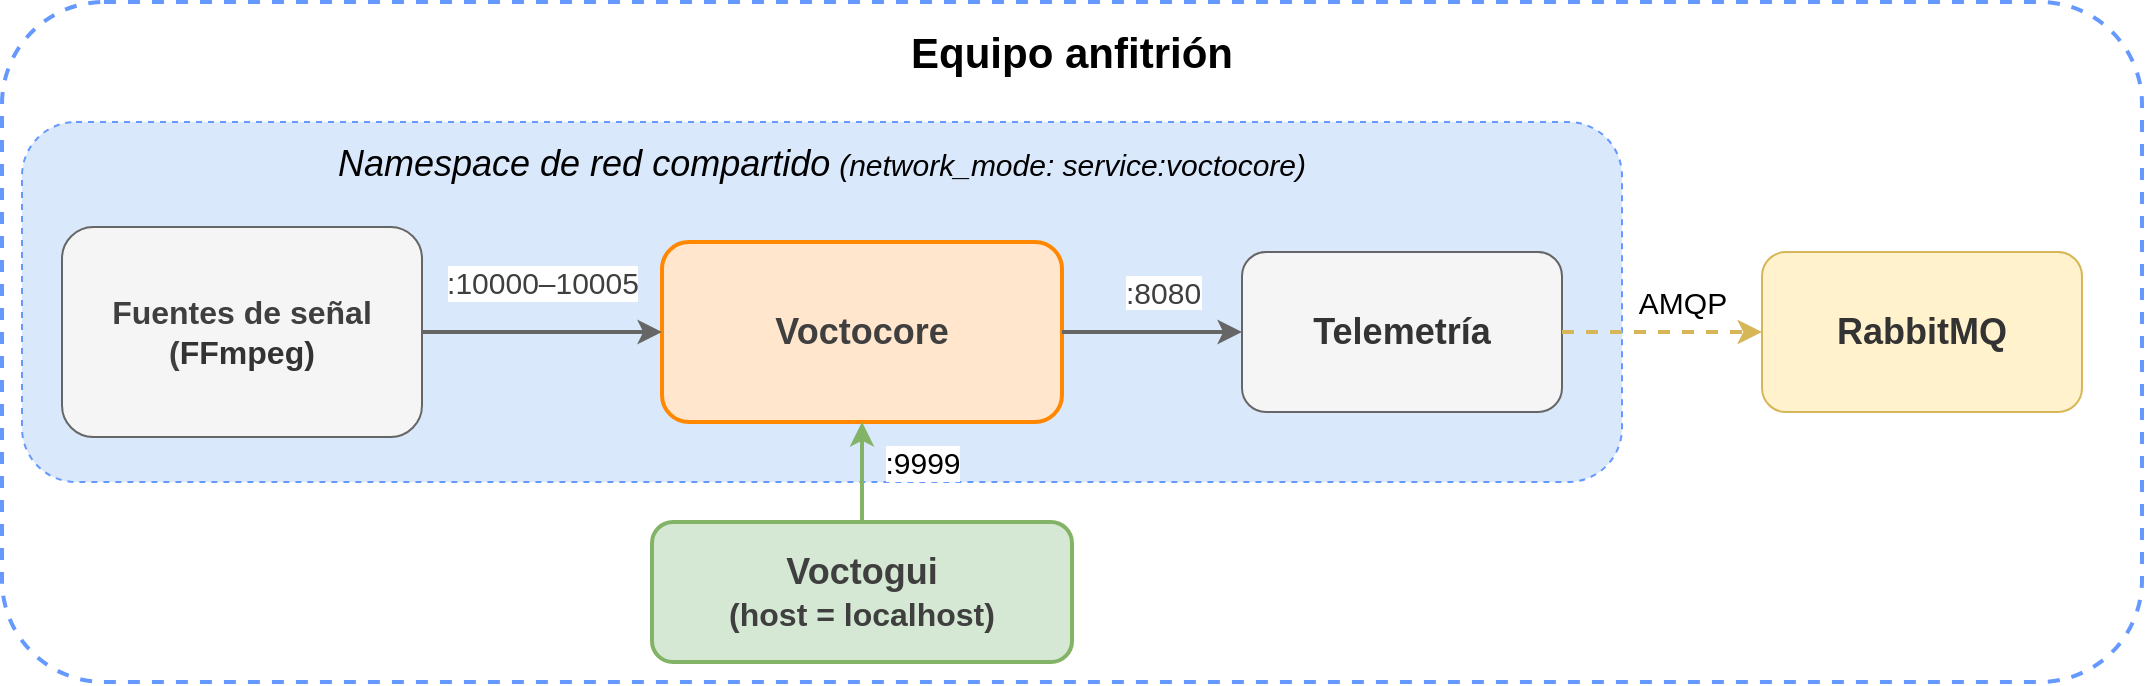
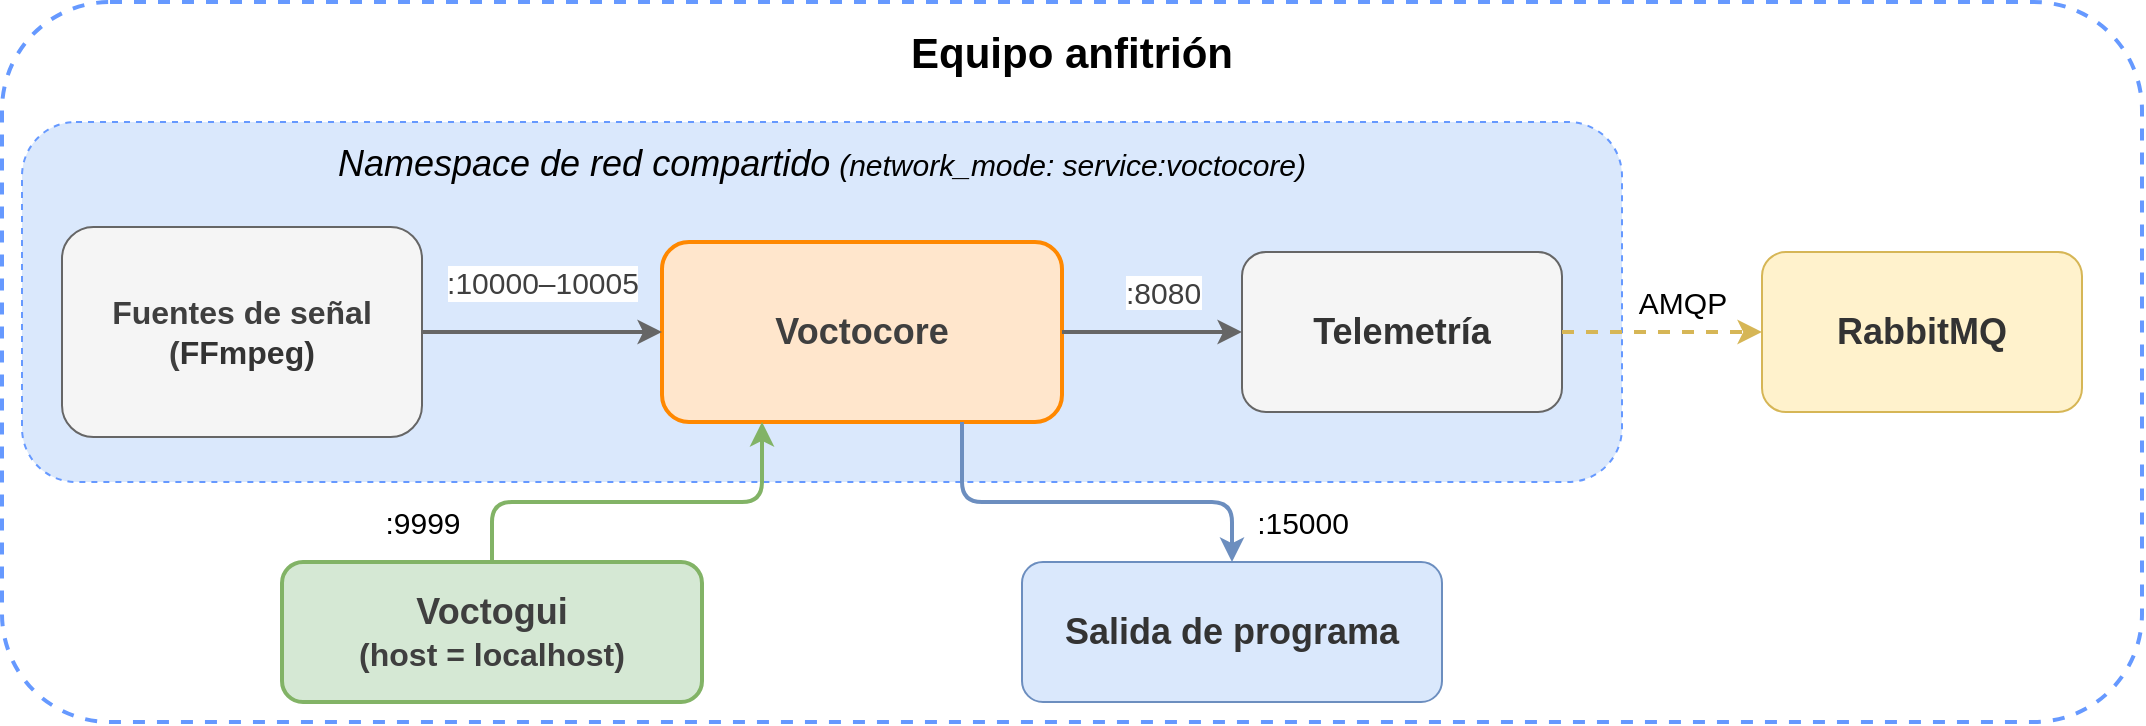
<mxfile host="65bd71144e">
    <diagram id="escenario_docker" name="Escenario Docker">
-         <mxGraphModel dx="766" dy="410" grid="1" gridSize="10" guides="1" tooltips="1" connect="1" arrows="1" fold="1" page="1" pageScale="1" pageWidth="1200" pageHeight="380" math="0" shadow="0">
+         <mxGraphModel dx="372" dy="199" grid="1" gridSize="10" guides="1" tooltips="1" connect="1" arrows="1" fold="1" page="1" pageScale="1" pageWidth="1200" pageHeight="380" math="0" shadow="0">
            <root>
                <mxCell id="0"/>
                <mxCell id="1" parent="0"/>
                <mxCell id="host" value="&lt;font style=&quot;font-size: 21px;&quot;&gt;Equipo anfitrión&lt;/font&gt;" style="rounded=1;whiteSpace=wrap;html=1;fillColor=none;strokeColor=#6699FF;strokeWidth=2;dashed=1;fontSize=13;fontStyle=1;verticalAlign=top;spacingTop=6;align=center;" parent="1" vertex="1">
-                     <mxGeometry x="20" y="20" width="1070" height="340" as="geometry"/>
+                     <mxGeometry x="20" y="20" width="1070" height="360" as="geometry"/>
                </mxCell>
                <mxCell id="ns" value="&lt;font style=&quot;font-size: 18px;&quot;&gt;Namespace de red compartido&lt;/font&gt;&lt;font style=&quot;font-size: 16px;&quot;&gt; &lt;/font&gt;&lt;font style=&quot;font-size: 15px;&quot;&gt;(network_mode: service:voctocore)&lt;/font&gt;" style="rounded=1;whiteSpace=wrap;html=1;fillColor=#dae8fc;strokeColor=#6699FF;strokeWidth=1;dashed=1;fontSize=11;fontStyle=2;verticalAlign=top;spacingTop=4;align=center;" parent="1" vertex="1">
                    <mxGeometry x="30" y="80" width="800" height="180" as="geometry"/>
                </mxCell>
                <mxCell id="voctocore" value="&lt;div style=&quot;color: rgb(63, 63, 63); scrollbar-color: rgb(226, 226, 226) rgb(251, 251, 251);&quot;&gt;&lt;font style=&quot;color: rgb(63, 63, 63); scrollbar-color: rgb(226, 226, 226) rgb(251, 251, 251); font-size: 18px;&quot;&gt;Voctocore&lt;/font&gt;&lt;/div&gt;" style="rounded=1;whiteSpace=wrap;html=1;fillColor=#FFE6CC;strokeColor=#FF8800;fontColor=#333333;fontSize=12;fontStyle=1;strokeWidth=2;" parent="1" vertex="1">
                    <mxGeometry x="350" y="140" width="200" height="90" as="geometry"/>
                </mxCell>
                <mxCell id="sources" value="&lt;font style=&quot;color: rgb(63, 63, 63); scrollbar-color: rgb(226, 226, 226) rgb(251, 251, 251); font-size: 16px;&quot;&gt;Fuentes de señal&lt;/font&gt;&lt;div style=&quot;color: rgb(63, 63, 63); scrollbar-color: rgb(226, 226, 226) rgb(251, 251, 251);&quot;&gt;&lt;font style=&quot;color: rgb(63, 63, 63); scrollbar-color: rgb(226, 226, 226) rgb(251, 251, 251); font-size: 16px;&quot;&gt;(&lt;span style=&quot;scrollbar-color: rgb(226, 226, 226) rgb(251, 251, 251); background-color: transparent; color: rgb(51, 51, 51);&quot;&gt;FFmpeg)&lt;/span&gt;&lt;/font&gt;&lt;/div&gt;" style="rounded=1;whiteSpace=wrap;html=1;fillColor=#f5f5f5;strokeColor=#666666;fontColor=#333333;fontSize=12;fontStyle=1;" parent="1" vertex="1">
                    <mxGeometry x="50" y="132.5" width="180" height="105" as="geometry"/>
                </mxCell>
                <mxCell id="telemetry" value="&lt;font style=&quot;font-size: 18px;&quot;&gt;Telemetría&lt;/font&gt;" style="rounded=1;whiteSpace=wrap;html=1;fillColor=#f5f5f5;strokeColor=#666666;fontColor=#333333;fontSize=12;fontStyle=1;" parent="1" vertex="1">
                    <mxGeometry x="640" y="145" width="160" height="80" as="geometry"/>
                </mxCell>
                <mxCell id="rabbitmq" value="&lt;font style=&quot;font-size: 18px;&quot;&gt;RabbitMQ&lt;/font&gt;" style="rounded=1;whiteSpace=wrap;html=1;fillColor=#fff2cc;strokeColor=#d6b656;fontColor=#333333;fontSize=12;fontStyle=1;" parent="1" vertex="1">
                    <mxGeometry x="900" y="145" width="160" height="80" as="geometry"/>
                </mxCell>
                <mxCell id="voctogui" value="&lt;div style=&quot;color: rgb(63, 63, 63); scrollbar-color: rgb(226, 226, 226) rgb(251, 251, 251);&quot;&gt;&lt;font style=&quot;color: rgb(63, 63, 63); scrollbar-color: rgb(226, 226, 226) rgb(251, 251, 251); font-size: 18px;&quot;&gt;Voctogui&lt;/font&gt;&lt;/div&gt;&lt;font style=&quot;color: rgb(63, 63, 63); scrollbar-color: rgb(226, 226, 226) rgb(251, 251, 251);&quot;&gt;&lt;font style=&quot;color: rgb(63, 63, 63); scrollbar-color: rgb(226, 226, 226) rgb(251, 251, 251); font-size: 16px;&quot;&gt;(host = localhost)&lt;/font&gt;&lt;/font&gt;" style="rounded=1;whiteSpace=wrap;html=1;fillColor=#d5e8d4;strokeColor=#82b366;fontColor=#333333;fontSize=12;fontStyle=1;strokeWidth=2;" parent="1" vertex="1">
-                     <mxGeometry x="345" y="280" width="210" height="70" as="geometry"/>
+                     <mxGeometry x="160" y="300" width="210" height="70" as="geometry"/>
                </mxCell>
                <mxCell id="a1" value="&lt;span style=&quot;color: rgb(63, 63, 63); font-size: 15px;&quot;&gt;:10000–10005&lt;/span&gt;" style="edgeStyle=orthogonalEdgeStyle;html=1;fontSize=10;strokeWidth=2;strokeColor=#666666;exitX=1;exitY=0.5;exitDx=0;exitDy=0;entryX=0;entryY=0.5;entryDx=0;entryDy=0;" parent="1" source="sources" target="voctocore" edge="1">
                    <mxGeometry y="25" relative="1" as="geometry">
                        <mxPoint as="offset"/>
                    </mxGeometry>
                </mxCell>
                <mxCell id="a2" value="" style="edgeStyle=orthogonalEdgeStyle;html=1;fontSize=10;strokeWidth=2;strokeColor=#666666;exitX=1;exitY=0.5;exitDx=0;exitDy=0;entryX=0;entryY=0.5;entryDx=0;entryDy=0;" parent="1" source="voctocore" target="telemetry" edge="1">
                    <mxGeometry relative="1" as="geometry"/>
                </mxCell>
                <mxCell id="a3" value="&lt;font style=&quot;font-size: 15px;&quot;&gt;AMQP&lt;/font&gt;" style="edgeStyle=orthogonalEdgeStyle;html=1;fontSize=10;strokeWidth=2;strokeColor=#d6b656;dashed=1;exitX=1;exitY=0.5;exitDx=0;exitDy=0;entryX=0;entryY=0.5;entryDx=0;entryDy=0;" parent="1" source="telemetry" target="rabbitmq" edge="1">
                    <mxGeometry x="0.2" y="15" relative="1" as="geometry">
                        <mxPoint as="offset"/>
                    </mxGeometry>
                </mxCell>
-                 <mxCell id="a4" value="&lt;font style=&quot;font-size: 15px;&quot;&gt;:9999&lt;/font&gt;" style="edgeStyle=orthogonalEdgeStyle;html=1;fontSize=10;strokeWidth=2;strokeColor=#82b366;exitX=0.5;exitY=0;exitDx=0;exitDy=0;entryX=0.5;entryY=1;entryDx=0;entryDy=0;" parent="1" source="voctogui" target="voctocore" edge="1">
-                     <mxGeometry x="0.2" y="-30" relative="1" as="geometry">
+                 <mxCell id="a4" value="&lt;font style=&quot;font-size: 15px;&quot;&gt;:9999&lt;/font&gt;" style="edgeStyle=orthogonalEdgeStyle;html=1;fontSize=10;strokeWidth=2;strokeColor=#82b366;exitX=0.5;exitY=0;exitDx=0;exitDy=0;entryX=0.25;entryY=1;entryDx=0;entryDy=0;startArrow=none;startFill=0;" parent="1" source="voctogui" target="voctocore" edge="1">
+                     <mxGeometry x="-0.8049" y="35" relative="1" as="geometry">
+                         <Array as="points">
+                             <mxPoint x="265" y="270"/>
+                             <mxPoint x="400" y="270"/>
+                         </Array>
                        <mxPoint as="offset"/>
                    </mxGeometry>
                </mxCell>
                <mxCell id="3" value="&lt;span style=&quot;color: rgb(63, 63, 63); font-family: Helvetica; font-size: 15px; font-style: normal; font-variant-ligatures: normal; font-variant-caps: normal; font-weight: 400; letter-spacing: normal; orphans: 2; text-align: center; text-indent: 0px; text-transform: none; widows: 2; word-spacing: 0px; -webkit-text-stroke-width: 0px; white-space: nowrap; background-color: rgb(255, 255, 255); text-decoration-thickness: initial; text-decoration-style: initial; text-decoration-color: initial; float: none; display: inline !important;&quot;&gt;:8080&lt;/span&gt;" style="text;whiteSpace=wrap;html=1;" vertex="1" parent="1">
                    <mxGeometry x="580" y="150" width="130" height="40" as="geometry"/>
                </mxCell>
+                 <mxCell id="4" value="&lt;font style=&quot;font-size: 18px;&quot;&gt;Salida de programa&lt;/font&gt;" style="rounded=1;whiteSpace=wrap;html=1;fillColor=#dae8fc;strokeColor=#6c8ebf;fontColor=#333333;fontSize=11;fontStyle=1;" vertex="1" parent="1">
+                     <mxGeometry x="530" y="300" width="210" height="70" as="geometry"/>
+                 </mxCell>
+                 <mxCell id="5" value="&lt;font style=&quot;font-size: 15px;&quot;&gt;:15000&lt;/font&gt;" style="edgeStyle=orthogonalEdgeStyle;html=1;fontSize=11;strokeWidth=2;strokeColor=#6c8ebf;exitX=0.75;exitY=1;exitDx=0;exitDy=0;entryX=0.5;entryY=0;entryDx=0;entryDy=0;" edge="1" parent="1" source="voctocore" target="4">
+                     <mxGeometry x="0.8049" y="35" relative="1" as="geometry">
+                         <mxPoint x="466" y="270" as="sourcePoint"/>
+                         <mxPoint x="733" y="327" as="targetPoint"/>
+                         <mxPoint as="offset"/>
+                         <Array as="points">
+                             <mxPoint x="500" y="270"/>
+                             <mxPoint x="635" y="270"/>
+                         </Array>
+                     </mxGeometry>
+                 </mxCell>
            </root>
        </mxGraphModel>
    </diagram>
</mxfile>